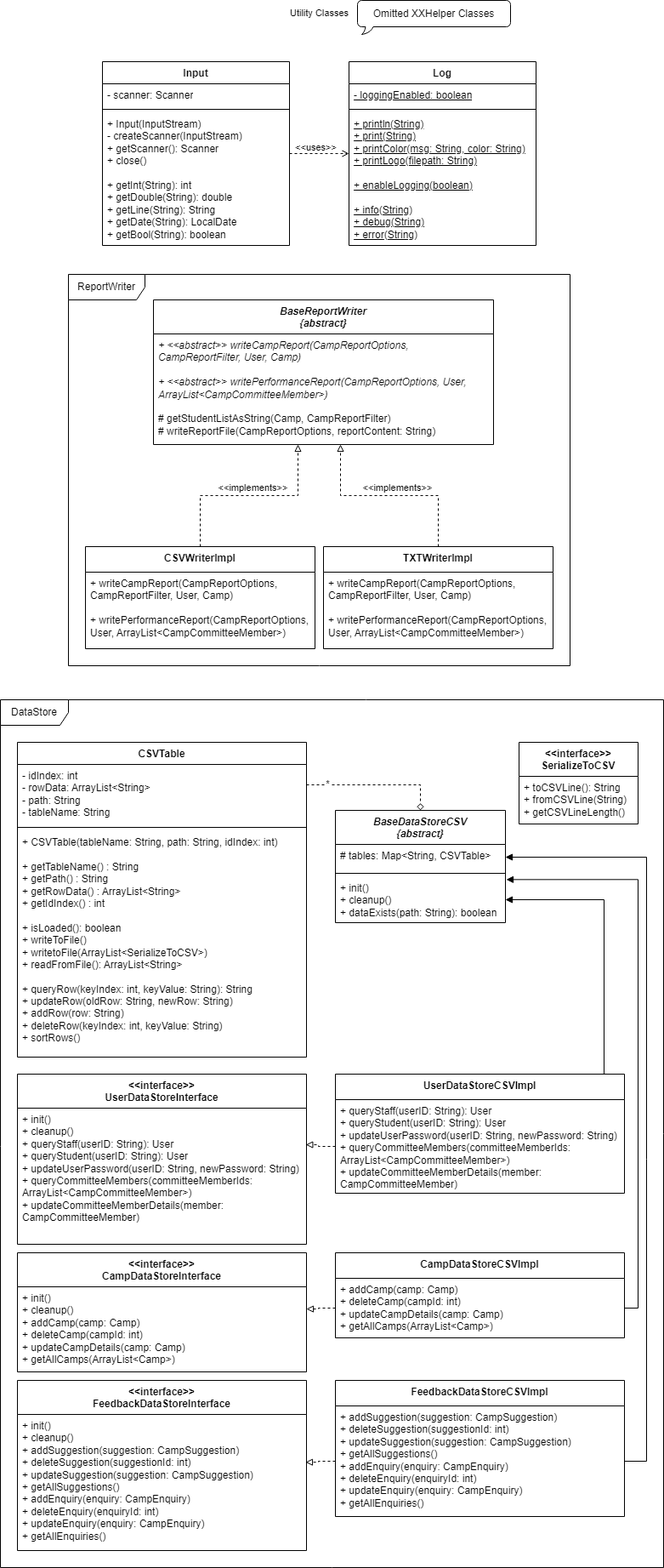
Above: uml_diagram/SC2002 CAMS-utility.drawio.png in tersimdev/java-oop-demo (draw.io), before the change. Source tidied: cells renumbered, new cells last; positions are measured from the earlier drawing's top-left corner, leaving out a move shared by most shapes.
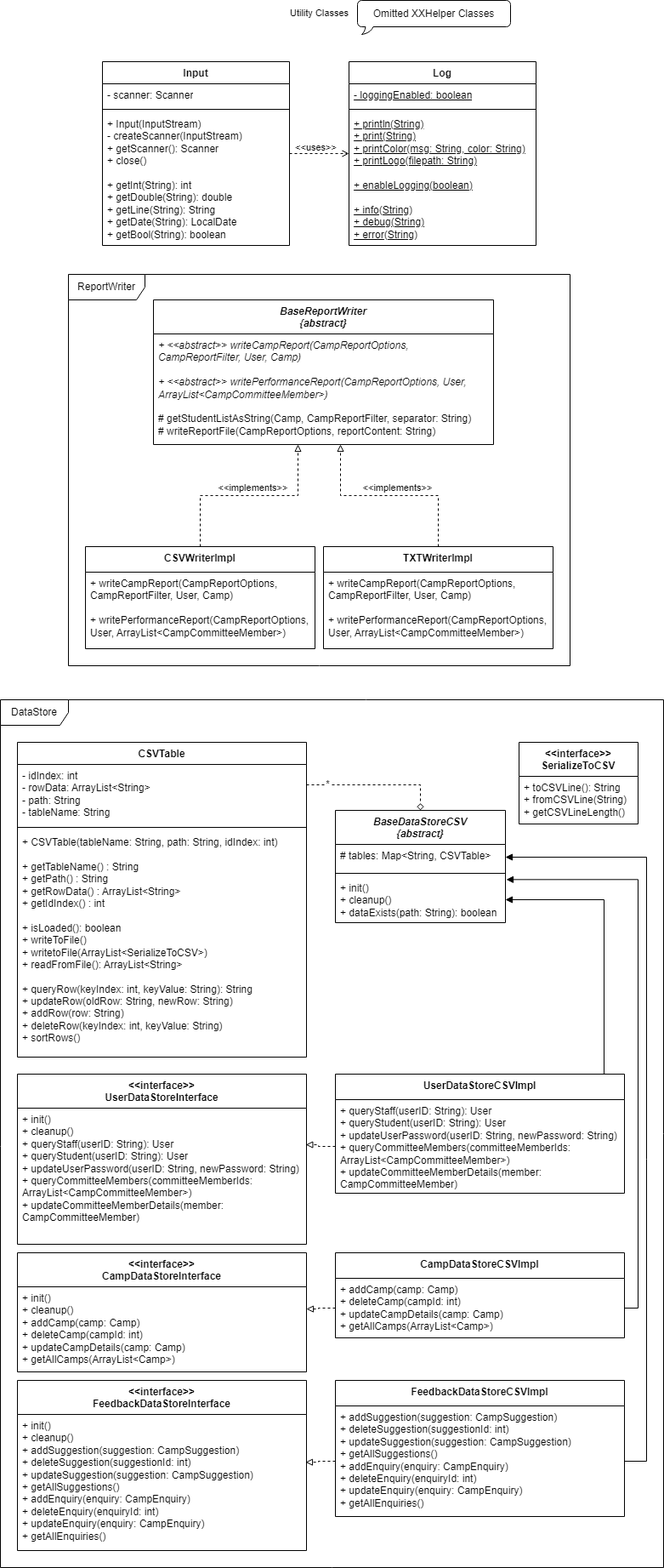
After the commit.

Commit message:
updated uml for base report writer

What changed in the source:
```diff
@@ -55,7 +55,7 @@
     <mxCell id="18" value="&lt;i&gt;BaseReportWriter&lt;br&gt;&lt;/i&gt;&lt;i&gt;{abstract}&lt;br&gt;&lt;/i&gt;" style="swimlane;fontStyle=1;align=center;verticalAlign=top;horizontal=1;startSize=40;whiteSpace=wrap;html=1;" parent="17" vertex="1">
       <mxGeometry x="80" width="400" height="170" as="geometry" />
     </mxCell>
-    <mxCell id="19" value="&lt;i&gt;+ &amp;lt;&amp;lt;abstract&amp;gt;&amp;gt; writeCampReport(CampReportOptions, CampReportFilter, User, Camp)&amp;nbsp;&lt;br&gt;&lt;br&gt;&lt;/i&gt;&lt;i style=&quot;border-color: var(--border-color);&quot;&gt;+&amp;nbsp;&lt;i style=&quot;border-color: var(--border-color);&quot;&gt;&amp;lt;&amp;lt;abstract&amp;gt;&amp;gt;&amp;nbsp;&lt;/i&gt;writePerformanceReport(CampReportOptions, User, ArrayList&amp;lt;CampCommitteeMember&amp;gt;)&lt;br&gt;&lt;/i&gt;&lt;br&gt;# getStudentListAsString(Camp, CampReportFilter)&lt;br&gt;# writeReportFile(CampReportOptions, reportContent: String)" style="text;strokeColor=none;fillColor=none;align=left;verticalAlign=top;spacingLeft=4;spacingRight=4;overflow=hidden;whiteSpace=wrap;html=1;" parent="18" vertex="1">
+    <mxCell id="19" value="&lt;i&gt;+ &amp;lt;&amp;lt;abstract&amp;gt;&amp;gt; writeCampReport(CampReportOptions, CampReportFilter, User, Camp)&amp;nbsp;&lt;br&gt;&lt;br&gt;&lt;/i&gt;&lt;i style=&quot;border-color: var(--border-color);&quot;&gt;+&amp;nbsp;&lt;i style=&quot;border-color: var(--border-color);&quot;&gt;&amp;lt;&amp;lt;abstract&amp;gt;&amp;gt;&amp;nbsp;&lt;/i&gt;writePerformanceReport(CampReportOptions, User, ArrayList&amp;lt;CampCommitteeMember&amp;gt;)&lt;br&gt;&lt;/i&gt;&lt;br&gt;# getStudentListAsString(Camp, CampReportFilter, separator: String)&lt;br&gt;# writeReportFile(CampReportOptions, reportContent: String)" style="text;strokeColor=none;fillColor=none;align=left;verticalAlign=top;spacingLeft=4;spacingRight=4;overflow=hidden;whiteSpace=wrap;html=1;" parent="18" vertex="1">
       <mxGeometry y="40" width="400" height="130" as="geometry" />
     </mxCell>
     <mxCell id="20" style="group;" parent="17" vertex="1">
```
